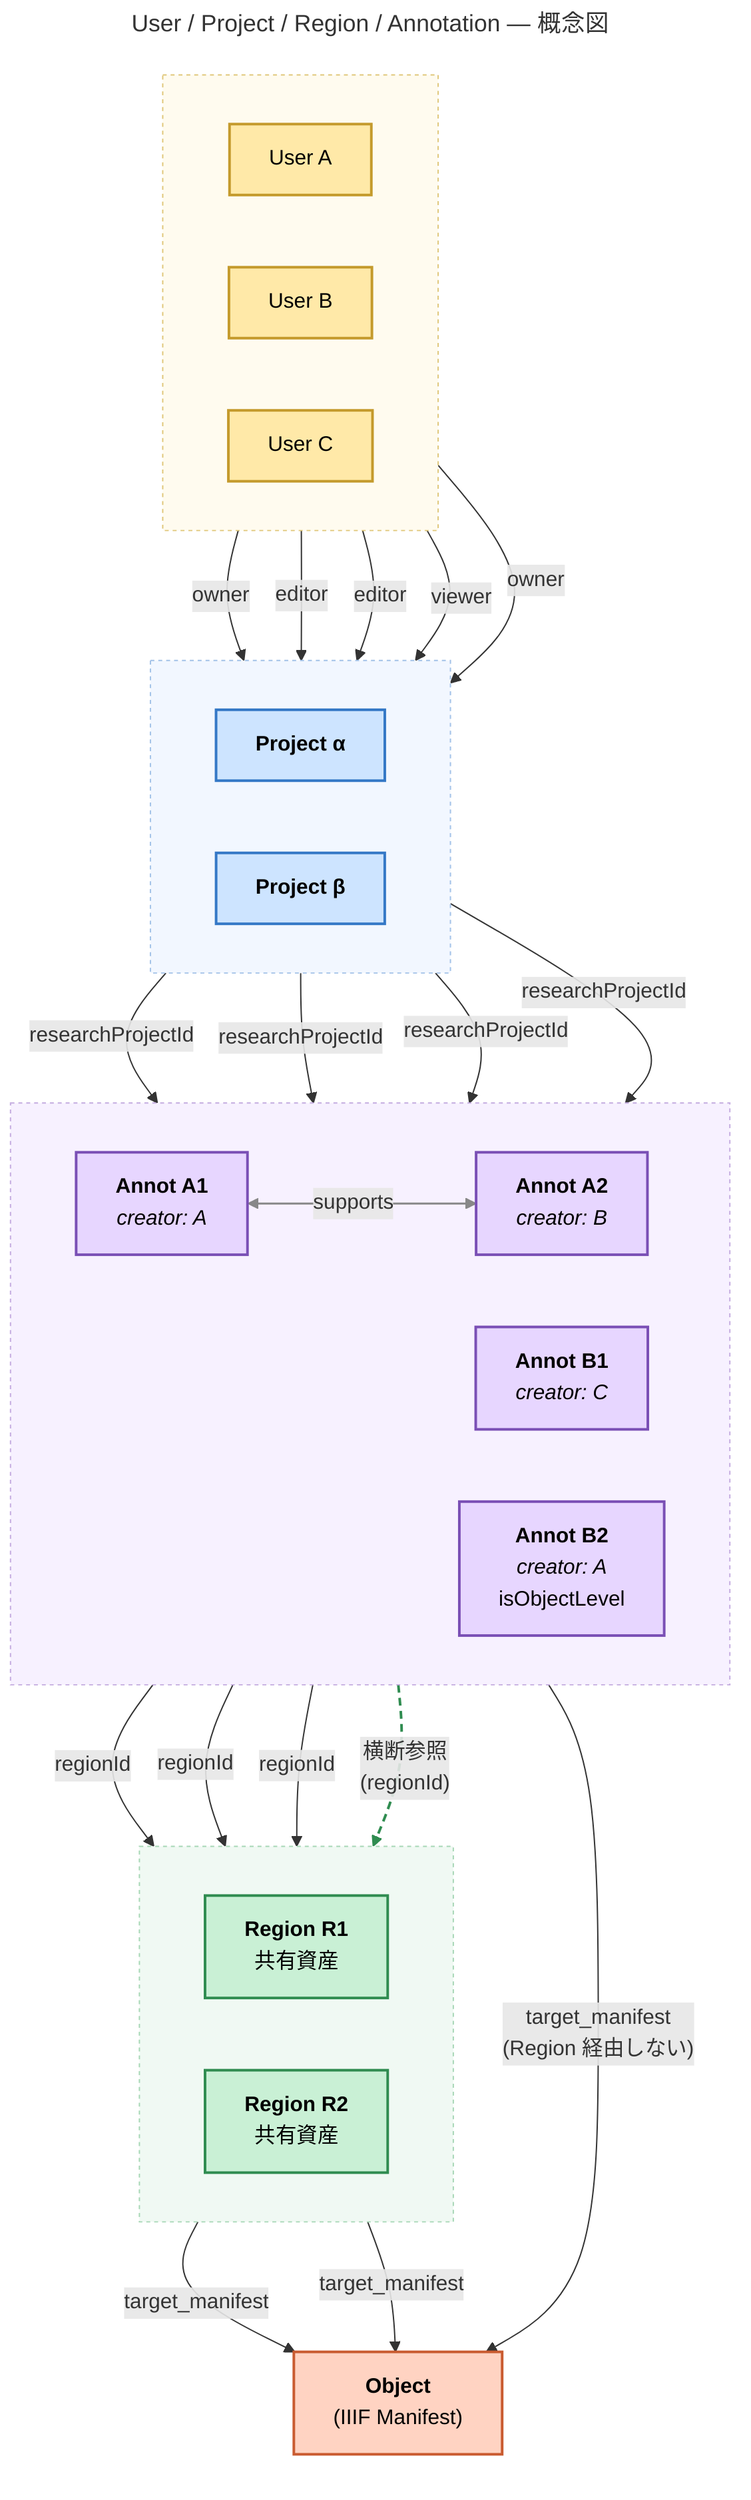
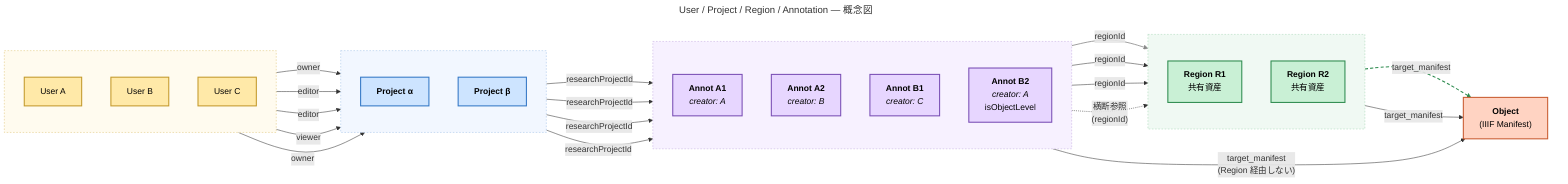
---
title: User / Project / Region / Annotation — 概念図
config:
  flowchart:
    nodeSpacing: 55
    rankSpacing: 75
    curve: basis
    htmlLabels: true
---
- flowchart TB
+ flowchart LR
    %% ─────────── ノード (同階層は同じ subgraph、ラベルは空白で枠のみ) ───────────
    subgraph U[" "]
-       direction LR
+       direction TB
      UA["User A"]
      UB["User B"]
      UC["User C"]
    end

    subgraph P[" "]
-       direction LR
+       direction TB
      PA["<b>Project α</b>"]
      PB["<b>Project β</b>"]
    end

    subgraph AN[" "]
-       direction LR
+       direction TB
      A1["<b>Annot A1</b><br/><i>creator: A</i>"]
      A2["<b>Annot A2</b><br/><i>creator: B</i>"]
      B1["<b>Annot B1</b><br/><i>creator: C</i>"]
      B2["<b>Annot B2</b><br/><i>creator: A</i><br/>isObjectLevel"]
    end

    subgraph RG[" "]
-       direction LR
+       direction TB
      R1["<b>Region R1</b><br/>共有資産"]
      R2["<b>Region R2</b><br/>共有資産"]
    end

    OBJ["<b>Object</b><br/>(IIIF Manifest)"]

    %% ─────────── User → Project (members/{uid}: role) ───────────
    UA -- "owner"  --> PA
    UB -- "editor" --> PA
    UB -- "editor" --> PB
    UC -- "viewer" --> PB
    UA -- "owner"  --> PB

    %% ─────────── Project → Annotation (researchProjectId) ───────────
    PA -- "researchProjectId" --> A1
    PA -- "researchProjectId" --> A2
    PB -- "researchProjectId" --> B1
    PB -- "researchProjectId" --> B2
- 
-     %% ─────────── Annotation 間メタ関係 (同一 Region 内) ───────────
-     A1 <-- "supports" --> A2

    %% ─────────── Annotation → Region (regionId) ───────────
    A1 -- "regionId" --> R1
    A2 -- "regionId" --> R1
    B1 -- "regionId" --> R2

    %% ─────────── プロジェクト境界を越える参照 ───────────
    B1 -. "横断参照<br/>(regionId)" .-> R1

    %% ─────────── Region → Object (target_manifest) ───────────
    R1 -- "target_manifest" --> OBJ
    R2 -- "target_manifest" --> OBJ

    %% ─────────── Object-level annotation (Region をスキップ) ───────────
    B2 -- "target_manifest<br/>(Region 経由しない)" --> OBJ

    %% ─────────── スタイル ───────────
    classDef user    fill:#FFE9A8,stroke:#C49A2C,stroke-width:2px,color:#000
    classDef project fill:#CDE4FF,stroke:#3478C6,stroke-width:2px,color:#000
    classDef annot   fill:#E7D6FF,stroke:#7A4FB5,stroke-width:2px,color:#000
    classDef region  fill:#C9F0D5,stroke:#2F8C50,stroke-width:2px,color:#000
    classDef object  fill:#FFD3C2,stroke:#C95B30,stroke-width:2px,color:#000

    class UA,UB,UC user
    class PA,PB project
    class A1,A2,B1,B2 annot
    class R1,R2 region
    class OBJ object

    %% subgraph 枠を薄く (透過に近く)
    style U  fill:#FFFBEF,stroke:#E0C77A,stroke-dasharray:3 3
    style P  fill:#F2F7FF,stroke:#A3C2E8,stroke-dasharray:3 3
    style AN fill:#F7F1FF,stroke:#C4ACE0,stroke-dasharray:3 3
    style RG fill:#F0F9F3,stroke:#A7D7B6,stroke-dasharray:3 3

    %% supports リンク (記述順 0-index=9)
    linkStyle 9 stroke:#888,stroke-width:1.5px
    %% 横断参照リンク (記述順 0-index=13) を強調
    linkStyle 13 stroke:#2F8C50,stroke-width:2px,stroke-dasharray:6 4
